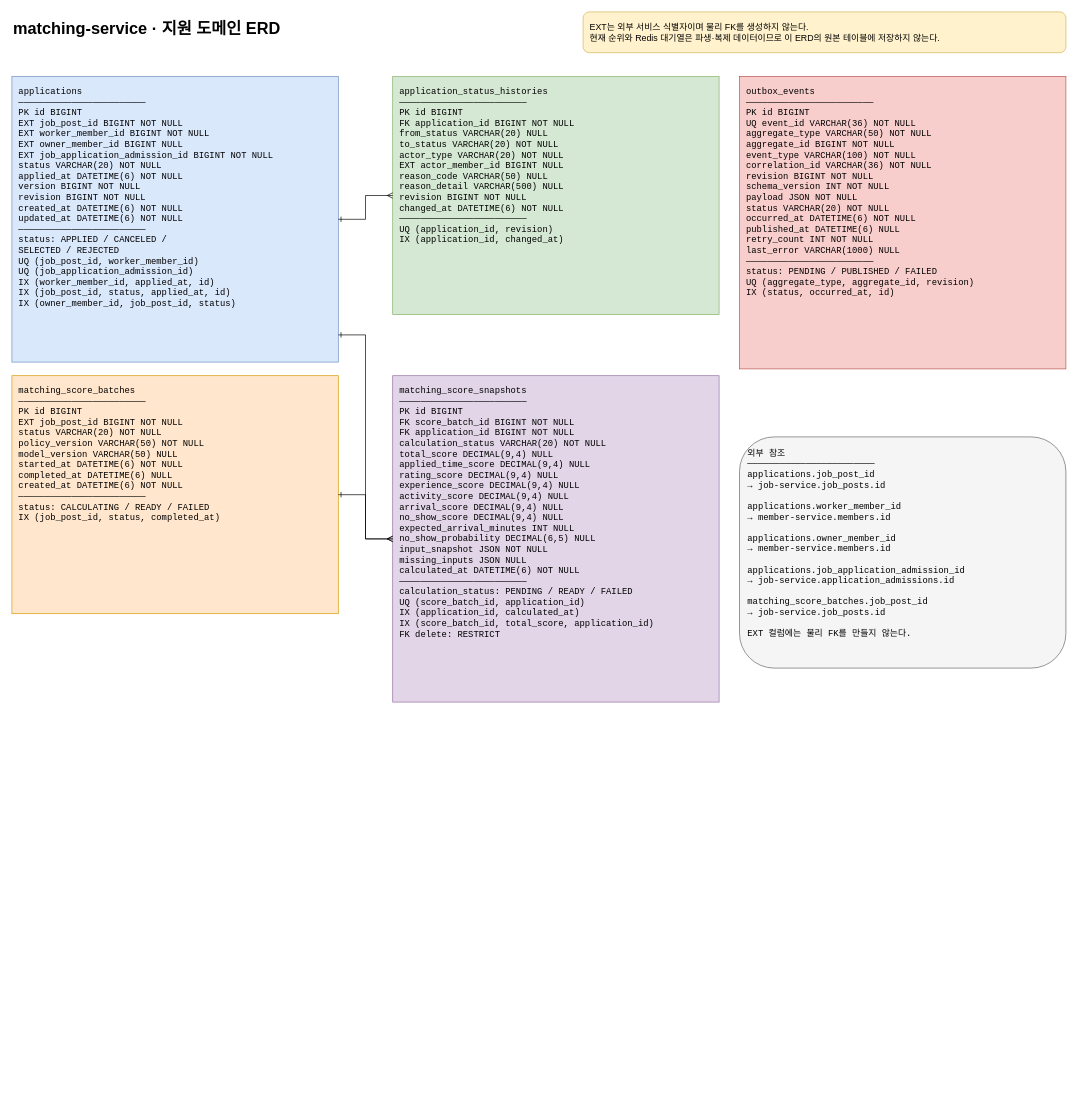
The draw.io diagram docs/architecture/matching-application-erd.drawio in 404-Worker-Not-Found/BE, before the edit. Source tidied: cells renumbered, new cells numbered last; positions are measured from the earlier drawing's top-left corner, leaving out a move shared by most shapes. Both pictures are drawn from the tidied source at 68%, with x=0, y=0 at pixel (12, 12).
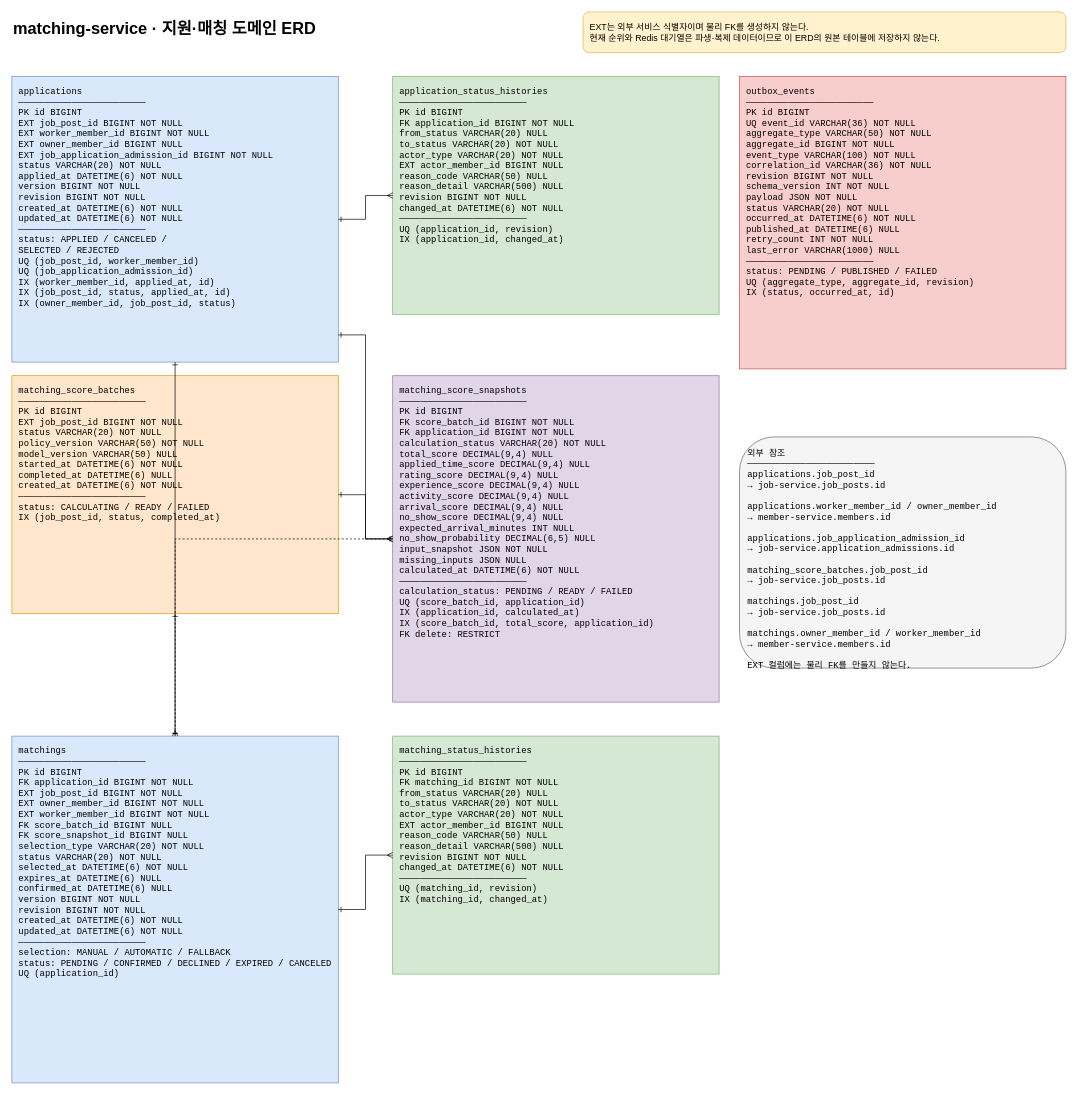
The same page after the edit.

Unchanged cells that the change refers to:
```xml
<mxCell id="4" value="applications&#10;────────────────────────&#10;PK  id BIGINT&#10;EXT job_post_id BIGINT NOT NULL&#10;EXT worker_member_id BIGINT NOT NULL&#10;EXT owner_member_id BIGINT NULL&#10;EXT job_application_admission_id BIGINT NOT NULL&#10;    status VARCHAR(20) NOT NULL&#10;    applied_at DATETIME(6) NOT NULL&#10;    version BIGINT NOT NULL&#10;    revision BIGINT NOT NULL&#10;    created_at DATETIME(6) NOT NULL&#10;    updated_at DATETIME(6) NOT NULL&#10;────────────────────────&#10;status: APPLIED / CANCELED /&#10;SELECTED / REJECTED&#10;UQ (job_post_id, worker_member_id)&#10;UQ (job_application_admission_id)&#10;IX (worker_member_id, applied_at, id)&#10;IX (job_post_id, status, applied_at, id)&#10;IX (owner_member_id, job_post_id, status)" style="rounded=0;whiteSpace=wrap;html=1;fillColor=#dae8fc;strokeColor=#6c8ebf;align=left;verticalAlign=top;spacing=10;fontFamily=Courier New;fontSize=13;" parent="1" vertex="1">
  <mxGeometry y="95" width="480" height="420" as="geometry" />
</mxCell>
<mxCell id="6" value="matching_score_snapshots&#10;────────────────────────&#10;PK  id BIGINT&#10;FK  score_batch_id BIGINT NOT NULL&#10;FK  application_id BIGINT NOT NULL&#10;    calculation_status VARCHAR(20) NOT NULL&#10;    total_score DECIMAL(9,4) NULL&#10;    applied_time_score DECIMAL(9,4) NULL&#10;    rating_score DECIMAL(9,4) NULL&#10;    experience_score DECIMAL(9,4) NULL&#10;    activity_score DECIMAL(9,4) NULL&#10;    arrival_score DECIMAL(9,4) NULL&#10;    no_show_score DECIMAL(9,4) NULL&#10;    expected_arrival_minutes INT NULL&#10;    no_show_probability DECIMAL(6,5) NULL&#10;    input_snapshot JSON NOT NULL&#10;    missing_inputs JSON NULL&#10;    calculated_at DATETIME(6) NOT NULL&#10;────────────────────────&#10;calculation_status: PENDING / READY / FAILED&#10;UQ (score_batch_id, application_id)&#10;IX (application_id, calculated_at)&#10;IX (score_batch_id, total_score, application_id)&#10;FK delete: RESTRICT" style="rounded=0;whiteSpace=wrap;html=1;fillColor=#e1d5e7;strokeColor=#9673a6;align=left;verticalAlign=top;spacing=10;fontFamily=Courier New;fontSize=13;" parent="1" vertex="1">
  <mxGeometry x="560" y="535" width="480" height="480" as="geometry" />
</mxCell>
<mxCell id="7" value="matching_score_batches&#10;────────────────────────&#10;PK  id BIGINT&#10;EXT job_post_id BIGINT NOT NULL&#10;    status VARCHAR(20) NOT NULL&#10;    policy_version VARCHAR(50) NOT NULL&#10;    model_version VARCHAR(50) NULL&#10;    started_at DATETIME(6) NOT NULL&#10;    completed_at DATETIME(6) NULL&#10;    created_at DATETIME(6) NOT NULL&#10;────────────────────────&#10;status: CALCULATING / READY / FAILED&#10;IX (job_post_id, status, completed_at)" style="rounded=0;whiteSpace=wrap;html=1;fillColor=#ffe6cc;strokeColor=#d79b00;align=left;verticalAlign=top;spacing=10;fontFamily=Courier New;fontSize=13;" parent="1" vertex="1">
  <mxGeometry y="535" width="480" height="350" as="geometry" />
</mxCell>
```

What changed in the source:
```diff
@@
-    <mxCell id="2" value="matching-service · 지원 도메인 ERD" style="text;html=1;strokeColor=none;fillColor=none;align=left;verticalAlign=middle;fontSize=24;fontStyle=1;" parent="1" vertex="1">
+    <mxCell id="2" value="matching-service · 지원·매칭 도메인 ERD" style="text;html=1;strokeColor=none;fillColor=none;align=left;verticalAlign=middle;fontSize=24;fontStyle=1;" parent="1" vertex="1">
       <mxGeometry y="5" width="620" height="40" as="geometry" />
     </mxCell>
@@
-    <mxCell id="9" value="외부 참조&#10;────────────────────────&#10;applications.job_post_id&#10;  → job-service.job_posts.id&#10;&#10;applications.worker_member_id&#10;  → member-service.members.id&#10;&#10;applications.owner_member_id&#10;  → member-service.members.id&#10;&#10;applications.job_application_admission_id&#10;  → job-service.application_admissions.id&#10;&#10;matching_score_batches.job_post_id&#10;  → job-service.job_posts.id&#10;&#10;EXT 컬럼에는 물리 FK를 만들지 않는다." style="rounded=1;whiteSpace=wrap;html=1;fillColor=#f5f5f5;strokeColor=#666666;align=left;verticalAlign=top;spacing=12;fontFamily=Courier New;fontSize=13;" parent="1" vertex="1">
+    <mxCell id="9" value="외부 참조&#10;────────────────────────&#10;applications.job_post_id&#10;  → job-service.job_posts.id&#10;&#10;applications.worker_member_id / owner_member_id&#10;  → member-service.members.id&#10;&#10;applications.job_application_admission_id&#10;  → job-service.application_admissions.id&#10;&#10;matching_score_batches.job_post_id&#10;  → job-service.job_posts.id&#10;&#10;matchings.job_post_id&#10;  → job-service.job_posts.id&#10;&#10;matchings.owner_member_id / worker_member_id&#10;  → member-service.members.id&#10;&#10;EXT 컬럼에는 물리 FK를 만들지 않는다." style="rounded=1;whiteSpace=wrap;html=1;fillColor=#f5f5f5;strokeColor=#666666;align=left;verticalAlign=top;spacing=12;fontFamily=Courier New;fontSize=13;" parent="1" vertex="1">
       <mxGeometry x="1070" y="625" width="480" height="340" as="geometry" />
     </mxCell>
+    <mxCell id="13" value="matchings&#10;────────────────────────&#10;PK  id BIGINT&#10;FK  application_id BIGINT NOT NULL&#10;EXT job_post_id BIGINT NOT NULL&#10;EXT owner_member_id BIGINT NOT NULL&#10;EXT worker_member_id BIGINT NOT NULL&#10;FK  score_batch_id BIGINT NULL&#10;FK  score_snapshot_id BIGINT NULL&#10;    selection_type VARCHAR(20) NOT NULL&#10;    status VARCHAR(20) NOT NULL&#10;    selected_at DATETIME(6) NOT NULL&#10;    expires_at DATETIME(6) NULL&#10;    confirmed_at DATETIME(6) NULL&#10;    version BIGINT NOT NULL&#10;    revision BIGINT NOT NULL&#10;    created_at DATETIME(6) NOT NULL&#10;    updated_at DATETIME(6) NOT NULL&#10;────────────────────────&#10;selection: MANUAL / AUTOMATIC / FALLBACK&#10;status: PENDING / CONFIRMED / DECLINED / EXPIRED / CANCELED&#10;UQ (application_id)" style="rounded=0;whiteSpace=wrap;html=1;fillColor=#dae8fc;strokeColor=#6c8ebf;align=left;verticalAlign=top;spacing=10;fontFamily=Courier New;fontSize=13;" parent="1" vertex="1">
+      <mxGeometry y="1065" width="480" height="510" as="geometry" />
+    </mxCell>
+    <mxCell id="14" value="matching_status_histories&#10;────────────────────────&#10;PK  id BIGINT&#10;FK  matching_id BIGINT NOT NULL&#10;    from_status VARCHAR(20) NULL&#10;    to_status VARCHAR(20) NOT NULL&#10;    actor_type VARCHAR(20) NOT NULL&#10;EXT actor_member_id BIGINT NULL&#10;    reason_code VARCHAR(50) NULL&#10;    reason_detail VARCHAR(500) NULL&#10;    revision BIGINT NOT NULL&#10;    changed_at DATETIME(6) NOT NULL&#10;────────────────────────&#10;UQ (matching_id, revision)&#10;IX (matching_id, changed_at)" style="rounded=0;whiteSpace=wrap;html=1;fillColor=#d5e8d4;strokeColor=#82b366;align=left;verticalAlign=top;spacing=10;fontFamily=Courier New;fontSize=13;" parent="1" vertex="1">
+      <mxGeometry x="560" y="1065" width="480" height="350" as="geometry" />
+    </mxCell>
@@
+    <mxCell id="15" style="edgeStyle=orthogonalEdgeStyle;rounded=0;jettySize=auto;html=1;endArrow=ERone;startArrow=ERone;" parent="1" edge="1" source="4" target="13">
+      <mxGeometry relative="1" as="geometry" />
+    </mxCell>
+    <mxCell id="16" style="edgeStyle=orthogonalEdgeStyle;rounded=0;jettySize=auto;html=1;endArrow=ERmany;startArrow=ERone;" parent="1" edge="1" source="13" target="14">
+      <mxGeometry relative="1" as="geometry" />
+    </mxCell>
+    <mxCell id="17" style="edgeStyle=orthogonalEdgeStyle;rounded=0;jettySize=auto;html=1;endArrow=ERmany;startArrow=ERone;dashed=1;" parent="1" edge="1" source="7" target="13">
+      <mxGeometry relative="1" as="geometry" />
+    </mxCell>
+    <mxCell id="18" style="edgeStyle=orthogonalEdgeStyle;rounded=0;jettySize=auto;html=1;endArrow=ERone;startArrow=ERone;dashed=1;" parent="1" edge="1" source="6" target="13">
+      <mxGeometry relative="1" as="geometry" />
+    </mxCell>
```
